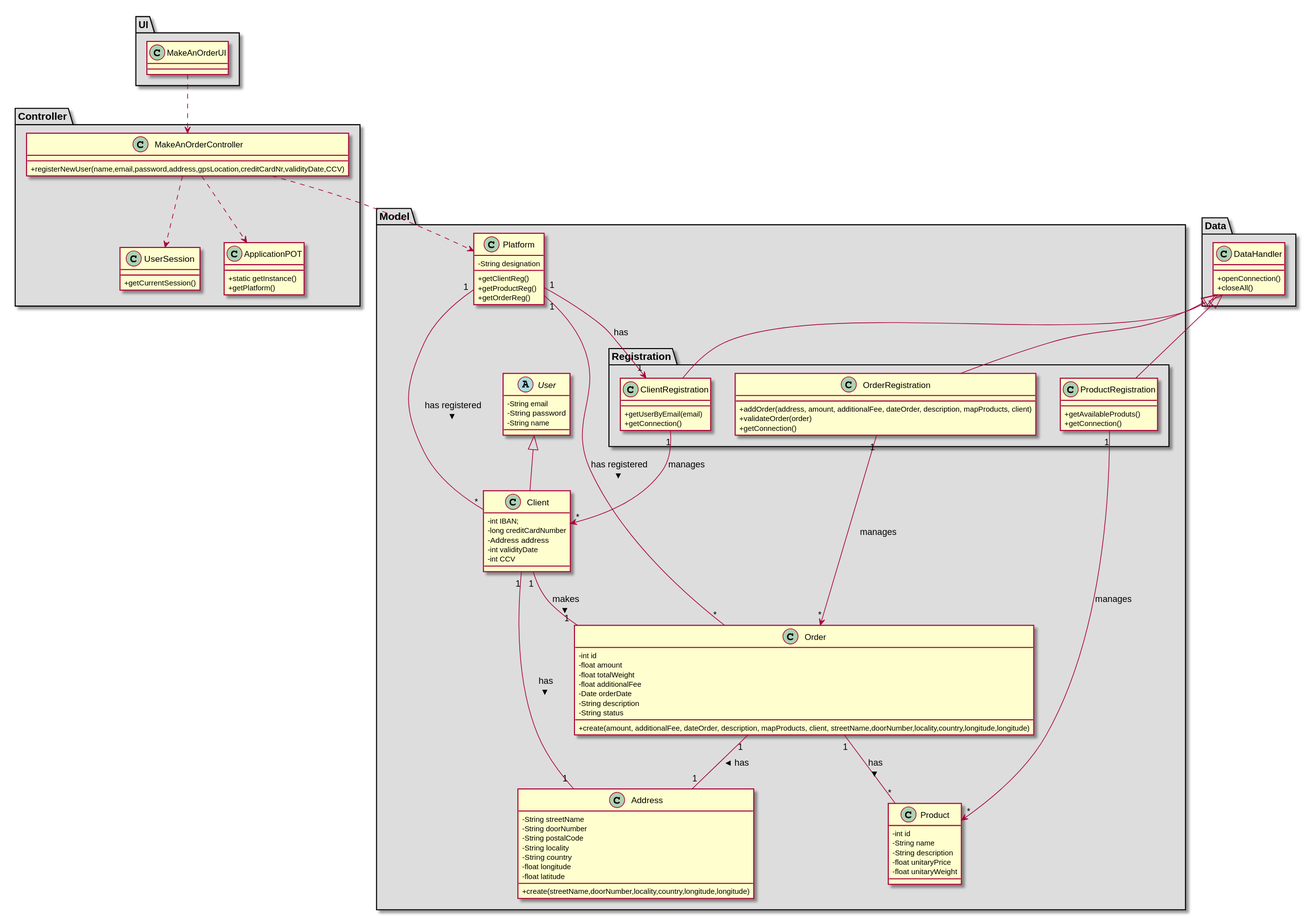
Before: docs/Iteration 1/Make An Order/US26_GenerateInvoice/US26_CD.svg, a diagram exported from PlantUML (tiagoavcosta25/LAPR3).
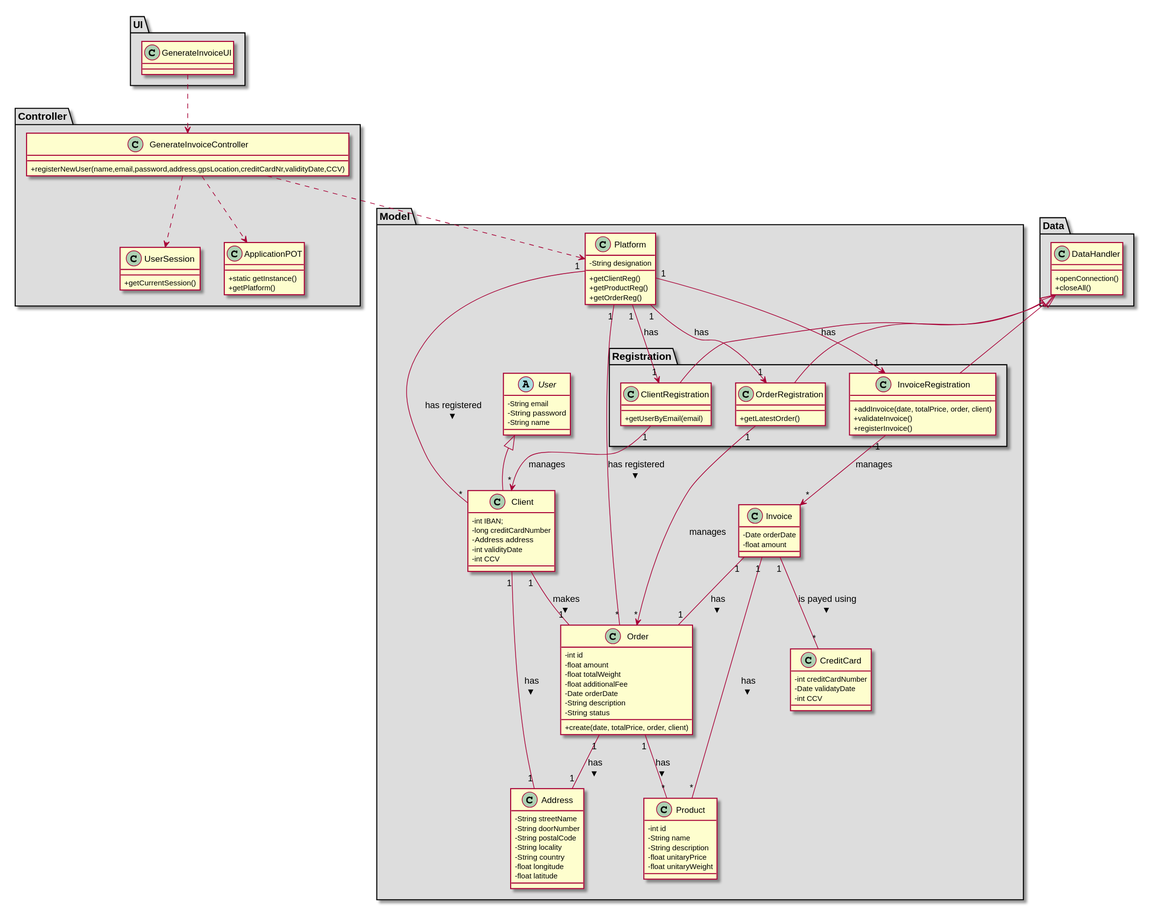
The same file after the commit.

Commit message:
LAPR2AP2-142 #close Generate Invoice [Design]

What changed in the source:
```diff
@@ -2,14 +2,14 @@
 skinparam classAttributeIconSize 0
 
 package "UI" #DDDDDD {
-class MakeAnOrderUI{
+class GenerateInvoiceUI{
 
 }
 }
 
 
 package "Controller" #DDDDDD {
-class MakeAnOrderController{
+class GenerateInvoiceController{
 +registerNewUser(name,email,password,address,gpsLocation,creditCardNr,validityDate,CCV)
 }
 
@@ -36,19 +36,17 @@
 package "Registration" #DDDDDD {
  class ClientRegistration{
      +getUserByEmail(email)
-     +getConnection()
  }
 
- class ProductRegistration{
-      +getAvailableProduts()
-      +getConnection()
-  }
+  class OrderRegistration{
+       +getLatestOrder()
+   }
 
-  class OrderRegistration{
-       +addOrder(address, amount, additionalFee, dateOrder, description, mapProducts, client)
-       +validateOrder(order)
-       +getConnection()
-   }
+   class InvoiceRegistration{
+          +addInvoice(date, totalPrice, order, client)
+          +validateInvoice()
+          +registerInvoice()
+      }
  }
 }
 
@@ -75,7 +73,6 @@
 -   String country
 -   float longitude
 -   float latitude
-+create(streetName,doorNumber,locality,country,longitude,longitude)
 }
 
 class Order{
@@ -86,7 +83,7 @@
 -   Date orderDate
 -   String description
 -   String status
-+create(amount, additionalFee, dateOrder, description, mapProducts, client, streetName,doorNumber,locality,country,longitude,longitude)
++create(date, totalPrice, order, client)
 }
 
 class Product{
@@ -95,6 +92,17 @@
 -   String description
 -   float unitaryPrice
 -   float unitaryWeight
+}
+
+class Invoice{
+-   Date orderDate
+-   float amount
+}
+
+class CreditCard{
+-   int creditCardNumber
+-   Date validatyDate
+-   int CCV
 }
 
 }
@@ -108,18 +116,20 @@
 }
 
 class ClientRegistration extends DataHandler
-class ProductRegistration extends DataHandler
+class InvoiceRegistration extends DataHandler
 class OrderRegistration extends DataHandler
 
 class Client extends User
 
-MakeAnOrderUI ..> MakeAnOrderController
-MakeAnOrderController ..> Platform
-MakeAnOrderController ..> ApplicationPOT
-MakeAnOrderController ..> UserSession
+GenerateInvoiceUI ..> GenerateInvoiceController
+GenerateInvoiceController ..> Platform
+GenerateInvoiceController ..> ApplicationPOT
+GenerateInvoiceController ..> UserSession
 Platform "1" --> "1" ClientRegistration : has
+Platform "1" --> "1" OrderRegistration : has
+Platform "1" --> "1" InvoiceRegistration : has
 ClientRegistration "1" --> "*" Client : manages
-ProductRegistration "1" --> "*" Product : manages
+InvoiceRegistration "1" --> "*" Invoice : manages
 OrderRegistration "1" --> "*" Order : manages
 
 Platform "1" -- "*" Client : has registered >
@@ -128,5 +138,8 @@
 Client "1" -- "1" Order : makes >
 Client "1" -- "1" Address : has >
 Order "1" -- "1" Address : has >
+Invoice "1" -- "1" Order : has >
+Invoice "1" -- "*" Product : has >
+Invoice "1" -- "*" CreditCard : is payed using >
 
 @enduml
```
